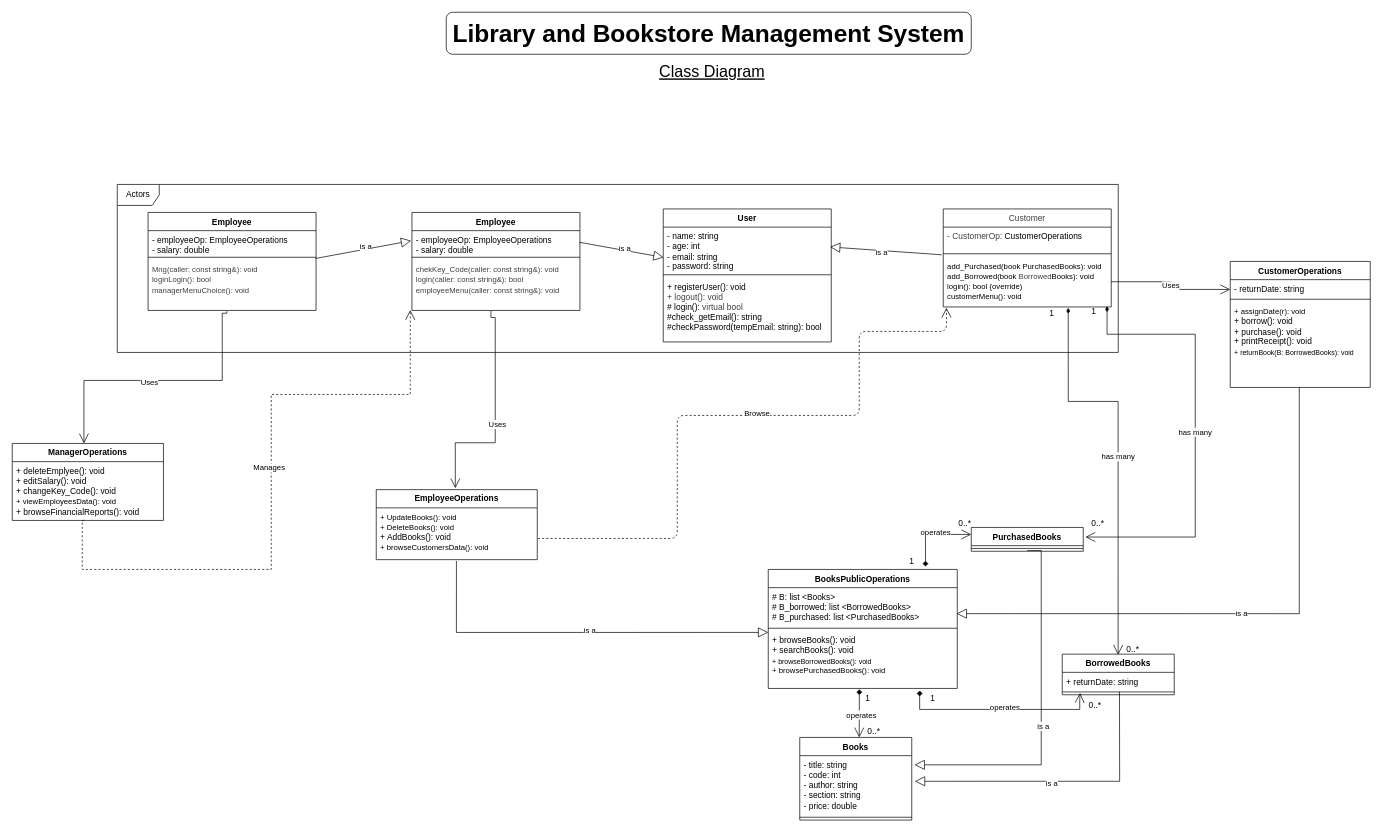
This is assets/UML (LBMS)5.drawio from Reda-Alqatifi/SWE-Project, a draw.io file, before an edit. Source tidied: cells renumbered, new cells numbered last; positions are measured from the earlier drawing's top-left corner, leaving out a move shared by most shapes. Both pictures are drawn from the tidied source at 70%, with x=0, y=0 at pixel (12, 12).
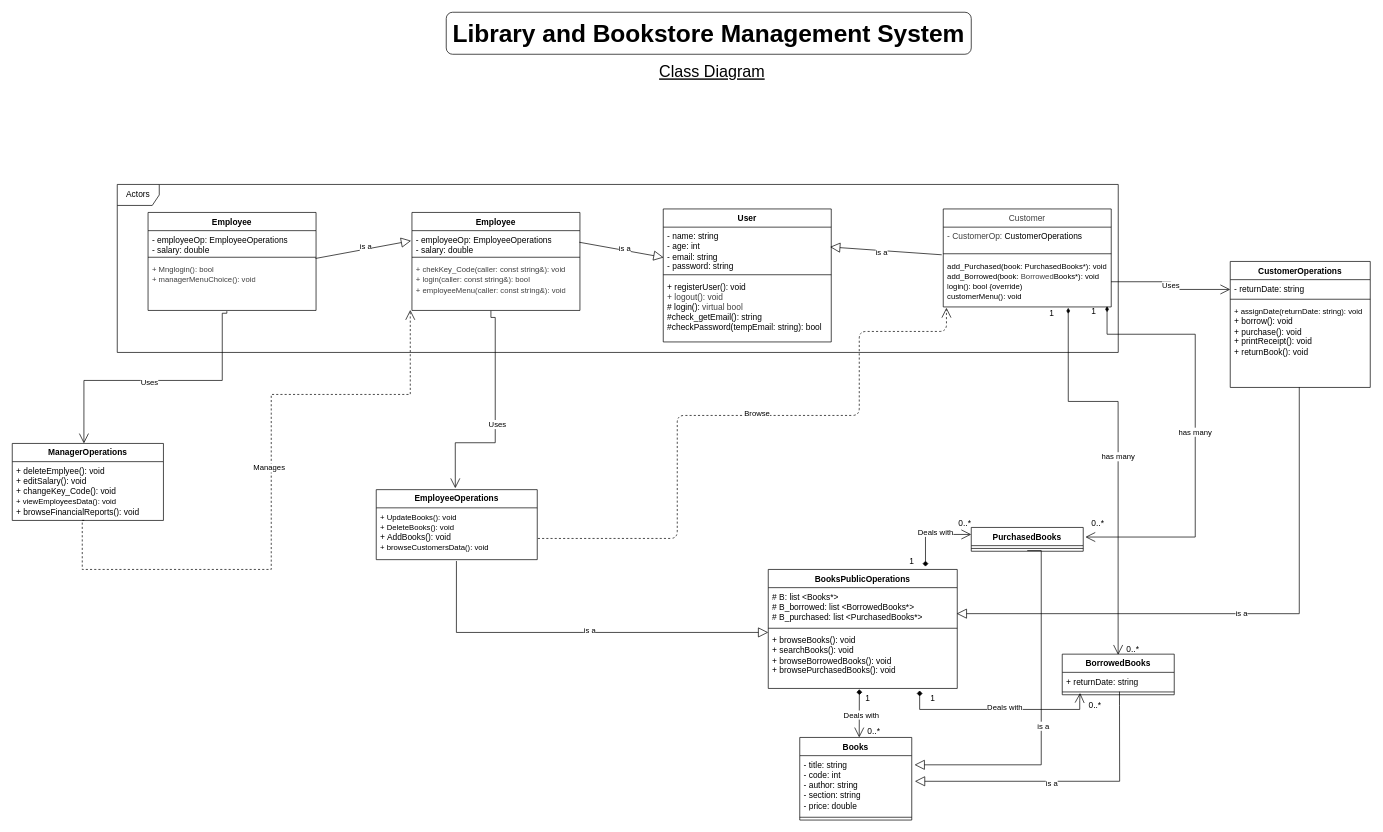
Above is the later version.

Commit message (it also covers changes not shown here):
Here I done of my parts and I made the structure of the code

Unchanged cells that the change refers to:
```xml
<mxCell id="8" value="Employee" style="swimlane;fontStyle=1;align=center;verticalAlign=top;horizontal=1;startSize=26;whiteSpace=wrap;html=1;" parent="1" vertex="1">
  <mxGeometry x="571" y="286" width="240" height="140" as="geometry" />
</mxCell>
<mxCell id="22" value="PurchasedBooks" style="swimlane;fontStyle=1;align=center;verticalAlign=top;horizontal=1;startSize=26;whiteSpace=wrap;html=1;" parent="1" vertex="1">
  <mxGeometry x="1370" y="736" width="160" height="34" as="geometry" />
</mxCell>
<mxCell id="26" style="line;strokeWidth=1;fillColor=none;align=left;verticalAlign=middle;spacingTop=-1;spacingLeft=3;spacingRight=3;labelPosition=right;points=[];portConstraint=eastwest;strokeColor=inherit;" parent="24" vertex="1">
  <mxGeometry y="50" width="160" height="8" as="geometry" />
</mxCell>
<mxCell id="33" value="CustomerOperations" style="swimlane;fontStyle=1;align=center;verticalAlign=top;horizontal=1;startSize=26;whiteSpace=wrap;html=1;" parent="1" vertex="1">
  <mxGeometry x="1740" y="356" width="200" height="180" as="geometry" />
</mxCell>
<mxCell id="40" value="Books" style="swimlane;fontStyle=1;align=center;verticalAlign=top;horizontal=1;startSize=26;whiteSpace=wrap;html=1;" parent="1" vertex="1">
  <mxGeometry x="1125" y="1036" width="160" height="118" as="geometry" />
</mxCell>
<mxCell id="43" value="BooksPublicOperations" style="swimlane;fontStyle=1;align=center;verticalAlign=top;horizontal=1;startSize=26;whiteSpace=wrap;html=1;" parent="1" vertex="1">
  <mxGeometry x="1080" y="796" width="270" height="170" as="geometry" />
</mxCell>
<mxCell id="60" value="&lt;span style=&quot;color: rgb(63, 63, 63); font-weight: 400;&quot;&gt;Customer&lt;/span&gt;" style="swimlane;fontStyle=1;align=center;verticalAlign=top;horizontal=1;startSize=26;whiteSpace=wrap;html=1;" parent="1" vertex="1">
  <mxGeometry x="1330" y="281" width="240" height="140" as="geometry" />
</mxCell>
<mxCell id="64" value="Employee" style="swimlane;fontStyle=1;align=center;verticalAlign=top;horizontal=1;startSize=26;whiteSpace=wrap;html=1;" parent="1" vertex="1">
  <mxGeometry x="194" y="286" width="240" height="140" as="geometry" />
</mxCell>
```

The edit, as a diff of the source:
```diff
@@
-    <mxCell id="11" value="&lt;div style=&quot;color: rgb(63, 63, 63); scrollbar-color: rgb(226, 226, 226) rgb(251, 251, 251);&quot;&gt;&lt;font style=&quot;color: rgb(63, 63, 63); scrollbar-color: rgb(226, 226, 226) rgb(251, 251, 251); font-size: 11px;&quot;&gt;chekKey_Code(caller: const string&amp;amp;): void&lt;/font&gt;&lt;/div&gt;&lt;div style=&quot;color: rgb(63, 63, 63); scrollbar-color: rgb(226, 226, 226) rgb(251, 251, 251);&quot;&gt;&lt;font style=&quot;color: rgb(63, 63, 63); scrollbar-color: rgb(226, 226, 226) rgb(251, 251, 251); font-size: 11px;&quot;&gt;login(&lt;/font&gt;&lt;span style=&quot;color: rgb(63, 63, 63); font-size: 11px; background-color: transparent;&quot;&gt;caller: const string&amp;amp;&lt;/span&gt;&lt;span style=&quot;font-size: 11px; background-color: transparent;&quot;&gt;): bool&lt;/span&gt;&lt;/div&gt;&lt;div style=&quot;color: rgb(63, 63, 63); scrollbar-color: rgb(226, 226, 226) rgb(251, 251, 251);&quot;&gt;&lt;font style=&quot;color: rgb(63, 63, 63); scrollbar-color: rgb(226, 226, 226) rgb(251, 251, 251); font-size: 11px;&quot;&gt;employeeMenu(&lt;/font&gt;&lt;span style=&quot;color: rgb(63, 63, 63); font-size: 11px; background-color: transparent;&quot;&gt;caller: const string&amp;amp;&lt;/span&gt;&lt;span style=&quot;font-size: 11px; background-color: transparent;&quot;&gt;): void&lt;/span&gt;&lt;/div&gt;" style="text;strokeColor=none;fillColor=none;align=left;verticalAlign=top;spacingLeft=4;spacingRight=4;overflow=hidden;points=[[0,0.5],[1,0.5]];portConstraint=eastwest;whiteSpace=wrap;html=1;" parent="8" vertex="1">
+    <mxCell id="11" value="&lt;div style=&quot;color: rgb(63, 63, 63); scrollbar-color: rgb(226, 226, 226) rgb(251, 251, 251);&quot;&gt;&lt;font style=&quot;color: rgb(63, 63, 63); scrollbar-color: rgb(226, 226, 226) rgb(251, 251, 251); font-size: 11px;&quot;&gt;+ chekKey_Code(caller: const string&amp;amp;): void&lt;/font&gt;&lt;/div&gt;&lt;div style=&quot;color: rgb(63, 63, 63); scrollbar-color: rgb(226, 226, 226) rgb(251, 251, 251);&quot;&gt;&lt;font style=&quot;color: rgb(63, 63, 63); scrollbar-color: rgb(226, 226, 226) rgb(251, 251, 251); font-size: 11px;&quot;&gt;+ login(&lt;/font&gt;&lt;span style=&quot;color: rgb(63, 63, 63); font-size: 11px; background-color: transparent;&quot;&gt;caller: const string&amp;amp;&lt;/span&gt;&lt;span style=&quot;font-size: 11px; background-color: transparent;&quot;&gt;): bool&lt;/span&gt;&lt;/div&gt;&lt;div style=&quot;color: rgb(63, 63, 63); scrollbar-color: rgb(226, 226, 226) rgb(251, 251, 251);&quot;&gt;&lt;font style=&quot;color: rgb(63, 63, 63); scrollbar-color: rgb(226, 226, 226) rgb(251, 251, 251); font-size: 11px;&quot;&gt;+ employeeMenu(&lt;/font&gt;&lt;span style=&quot;color: rgb(63, 63, 63); font-size: 11px; background-color: transparent;&quot;&gt;caller: const string&amp;amp;&lt;/span&gt;&lt;span style=&quot;font-size: 11px; background-color: transparent;&quot;&gt;): void&lt;/span&gt;&lt;/div&gt;" style="text;strokeColor=none;fillColor=none;align=left;verticalAlign=top;spacingLeft=4;spacingRight=4;overflow=hidden;points=[[0,0.5],[1,0.5]];portConstraint=eastwest;whiteSpace=wrap;html=1;" parent="8" vertex="1">
       <mxGeometry y="68" width="240" height="72" as="geometry" />
     </mxCell>
@@
-    <mxCell id="36" value="&lt;font style=&quot;font-size: 11px;&quot;&gt;+ assignDate(r): void&lt;/font&gt;&lt;div&gt;+ borrow(&lt;span style=&quot;background-color: transparent; color: light-dark(rgb(0, 0, 0), rgb(255, 255, 255));&quot;&gt;): void&lt;/span&gt;&lt;/div&gt;&lt;div&gt;+ purchase(): void&lt;div&gt;+ printReceipt(): void&lt;/div&gt;&lt;/div&gt;&lt;div&gt;&lt;font style=&quot;font-size: 10px;&quot;&gt;+ returnBook(B:&amp;nbsp;BorrowedBooks): void&lt;/font&gt;&lt;/div&gt;" style="text;strokeColor=none;fillColor=none;align=left;verticalAlign=top;spacingLeft=4;spacingRight=4;overflow=hidden;points=[[0,0.5],[1,0.5]];portConstraint=eastwest;whiteSpace=wrap;html=1;" parent="33" vertex="1">
+    <mxCell id="36" value="&lt;font style=&quot;font-size: 11px;&quot;&gt;+ assignDate(returnDate: string): void&lt;/font&gt;&lt;div&gt;+ borrow(&lt;span style=&quot;background-color: transparent; color: light-dark(rgb(0, 0, 0), rgb(255, 255, 255));&quot;&gt;): void&lt;/span&gt;&lt;/div&gt;&lt;div&gt;+ purchase(): void&lt;div&gt;+ printReceipt(): void&lt;/div&gt;&lt;/div&gt;&lt;div&gt;&lt;font&gt;+ returnBook(): void&lt;/font&gt;&lt;/div&gt;" style="text;strokeColor=none;fillColor=none;align=left;verticalAlign=top;spacingLeft=4;spacingRight=4;overflow=hidden;points=[[0,0.5],[1,0.5]];portConstraint=eastwest;whiteSpace=wrap;html=1;" parent="33" vertex="1">
       <mxGeometry y="58" width="200" height="122" as="geometry" />
     </mxCell>
@@
-    <mxCell id="44" value="# B: list &amp;lt;Books&amp;gt;&lt;div&gt;# B_borrowed: list &amp;lt;&lt;span style=&quot;text-align: center;&quot;&gt;BorrowedBooks&lt;/span&gt;&amp;gt;&lt;/div&gt;&lt;div&gt;# B_purchased: list &amp;lt;&lt;span style=&quot;text-align: center;&quot;&gt;PurchasedBooks&lt;/span&gt;&amp;gt;&lt;/div&gt;" style="text;strokeColor=none;fillColor=none;align=left;verticalAlign=top;spacingLeft=4;spacingRight=4;overflow=hidden;points=[[0,0.5],[1,0.5]];portConstraint=eastwest;whiteSpace=wrap;html=1;" parent="43" vertex="1">
+    <mxCell id="44" value="# B: list &amp;lt;Books*&amp;gt;&lt;div&gt;# B_borrowed: list &amp;lt;&lt;span style=&quot;text-align: center;&quot;&gt;BorrowedBooks*&lt;/span&gt;&amp;gt;&lt;/div&gt;&lt;div&gt;# B_purchased: list &amp;lt;&lt;span style=&quot;text-align: center;&quot;&gt;PurchasedBooks*&lt;/span&gt;&amp;gt;&lt;/div&gt;" style="text;strokeColor=none;fillColor=none;align=left;verticalAlign=top;spacingLeft=4;spacingRight=4;overflow=hidden;points=[[0,0.5],[1,0.5]];portConstraint=eastwest;whiteSpace=wrap;html=1;" parent="43" vertex="1">
       <mxGeometry y="26" width="270" height="54" as="geometry" />
     </mxCell>
@@
-    <mxCell id="46" value="+ browseBooks(): void&lt;div&gt;+ searchBooks(): void&lt;/div&gt;&lt;div&gt;&lt;div&gt;&lt;font style=&quot;font-size: 10px;&quot;&gt;+ browseBorrowedBooks(&lt;span style=&quot;background-color: transparent; color: light-dark(rgb(0, 0, 0), rgb(255, 255, 255));&quot;&gt;): void&lt;/span&gt;&lt;/font&gt;&lt;/div&gt;&lt;/div&gt;&lt;div&gt;&lt;font style=&quot;font-size: 10px;&quot;&gt;&lt;span style=&quot;font-size: 11px;&quot;&gt;+ browsePurchasedBooks(&lt;/span&gt;&lt;span style=&quot;font-size: 11px; text-align: center;&quot;&gt;)&lt;/span&gt;&lt;span style=&quot;font-size: 11px;&quot;&gt;: void&lt;/span&gt;&lt;span style=&quot;background-color: transparent; color: light-dark(rgb(0, 0, 0), rgb(255, 255, 255));&quot;&gt;&lt;/span&gt;&lt;/font&gt;&lt;/div&gt;" style="text;strokeColor=none;fillColor=none;align=left;verticalAlign=top;spacingLeft=4;spacingRight=4;overflow=hidden;points=[[0,0.5],[1,0.5]];portConstraint=eastwest;whiteSpace=wrap;html=1;" parent="43" vertex="1">
+    <mxCell id="46" value="+ browseBooks(): void&lt;div&gt;+ searchBooks(): void&lt;/div&gt;&lt;div&gt;&lt;div&gt;&lt;font&gt;+ browseBorrowedBooks(&lt;span style=&quot;background-color: transparent; color: light-dark(rgb(0, 0, 0), rgb(255, 255, 255));&quot;&gt;): void&lt;/span&gt;&lt;/font&gt;&lt;/div&gt;&lt;/div&gt;&lt;div&gt;&lt;font style=&quot;&quot;&gt;&lt;font&gt;+ browsePurchasedBooks(&lt;span style=&quot;text-align: center;&quot;&gt;)&lt;/span&gt;: void&lt;/font&gt;&lt;font color=&quot;rgba(0, 0, 0, 0)&quot;&gt;&lt;span style=&quot;background-color: transparent; color: light-dark(rgb(0, 0, 0), rgb(255, 255, 255)); font-size: 10px;&quot;&gt;&lt;/span&gt;&lt;/font&gt;&lt;/font&gt;&lt;/div&gt;" style="text;strokeColor=none;fillColor=none;align=left;verticalAlign=top;spacingLeft=4;spacingRight=4;overflow=hidden;points=[[0,0.5],[1,0.5]];portConstraint=eastwest;whiteSpace=wrap;html=1;" parent="43" vertex="1">
       <mxGeometry y="88" width="270" height="82" as="geometry" />
     </mxCell>
-    <mxCell id="47" value="operates" style="endArrow=open;endSize=12;html=1;rounded=0;exitX=0.482;exitY=1.014;exitDx=0;exitDy=0;exitPerimeter=0;endFill=0;entryX=0.531;entryY=0;entryDx=0;entryDy=0;entryPerimeter=0;startArrow=diamond;startFill=1;" parent="1" edge="1" source="46" target="40">
+    <mxCell id="47" value="Deals with" style="endArrow=open;endSize=12;html=1;rounded=0;exitX=0.482;exitY=1.014;exitDx=0;exitDy=0;exitPerimeter=0;endFill=0;entryX=0.531;entryY=0;entryDx=0;entryDy=0;entryPerimeter=0;startArrow=diamond;startFill=1;" parent="1" edge="1" source="46" target="40">
       <mxGeometry x="0.07" y="3" relative="1" as="geometry" />
     </mxCell>
@@
-    <mxCell id="50" value="operates" style="endArrow=open;endSize=12;html=1;rounded=0;exitX=0.832;exitY=-0.024;exitDx=0;exitDy=0;exitPerimeter=0;endFill=0;entryX=0;entryY=0.294;entryDx=0;entryDy=0;entryPerimeter=0;startArrow=diamond;startFill=1;edgeStyle=orthogonalEdgeStyle;" parent="1" edge="1" source="43" target="22">
+    <mxCell id="50" value="&lt;span style=&quot;color: rgb(0, 0, 0);&quot;&gt;Deals with&lt;/span&gt;" style="endArrow=open;endSize=12;html=1;rounded=0;exitX=0.832;exitY=-0.024;exitDx=0;exitDy=0;exitPerimeter=0;endFill=0;entryX=0;entryY=0.294;entryDx=0;entryDy=0;entryPerimeter=0;startArrow=diamond;startFill=1;edgeStyle=orthogonalEdgeStyle;" parent="1" edge="1" source="43" target="22">
       <mxGeometry x="0.07" y="3" relative="1" as="geometry">
         <Array as="points">
           <mxPoint x="1305" y="746" />
         </Array>
       </mxGeometry>
     </mxCell>
@@
-    <mxCell id="53" value="operates" style="endArrow=open;endSize=12;html=1;rounded=0;exitX=0.801;exitY=1.036;exitDx=0;exitDy=0;exitPerimeter=0;endFill=0;entryX=0.159;entryY=0.681;entryDx=0;entryDy=0;entryPerimeter=0;startArrow=diamond;startFill=1;edgeStyle=orthogonalEdgeStyle;" parent="1" edge="1" source="46" target="26">
+    <mxCell id="53" value="&lt;span style=&quot;color: rgb(0, 0, 0);&quot;&gt;Deals with&lt;/span&gt;" style="endArrow=open;endSize=12;html=1;rounded=0;exitX=0.801;exitY=1.036;exitDx=0;exitDy=0;exitPerimeter=0;endFill=0;entryX=0.159;entryY=0.681;entryDx=0;entryDy=0;entryPerimeter=0;startArrow=diamond;startFill=1;edgeStyle=orthogonalEdgeStyle;" parent="1" edge="1" source="46" target="26">
       <mxGeometry x="0.07" y="3" relative="1" as="geometry">
         <Array as="points">
           <mxPoint x="1296" y="996" />
           <mxPoint x="1525" y="996" />
           <mxPoint x="1525" y="983" />
         </Array>
       </mxGeometry>
     </mxCell>
@@
-    <mxCell id="63" value="&lt;div&gt;&lt;font style=&quot;font-size: 11px;&quot;&gt;add_Purchased(book PurchasedBooks): void&lt;/font&gt;&lt;/div&gt;&lt;div&gt;&lt;font style=&quot;font-size: 11px;&quot;&gt;add_Borrowed(book&amp;nbsp;&lt;span style=&quot;color: rgb(63, 63, 63);&quot;&gt;Borrowed&lt;/span&gt;Books): void&lt;br&gt;login(): bool {override)&lt;/font&gt;&lt;/div&gt;&lt;div&gt;&lt;font style=&quot;font-size: 11px;&quot;&gt;customerMenu(): void&lt;/font&gt;&lt;/div&gt;" style="text;strokeColor=none;fillColor=none;align=left;verticalAlign=top;spacingLeft=4;spacingRight=4;overflow=hidden;points=[[0,0.5],[1,0.5]];portConstraint=eastwest;whiteSpace=wrap;html=1;" parent="60" vertex="1">
+    <mxCell id="63" value="&lt;div&gt;&lt;font style=&quot;font-size: 11px;&quot;&gt;add_Purchased(book: PurchasedBooks*): void&lt;/font&gt;&lt;/div&gt;&lt;div&gt;&lt;font style=&quot;font-size: 11px;&quot;&gt;add_Borrowed(book:&amp;nbsp;&lt;span style=&quot;color: rgb(63, 63, 63);&quot;&gt;Borrowed&lt;/span&gt;Books*): void&lt;br&gt;login(): bool {override)&lt;/font&gt;&lt;/div&gt;&lt;div&gt;&lt;font style=&quot;font-size: 11px;&quot;&gt;customerMenu(): void&lt;/font&gt;&lt;/div&gt;" style="text;strokeColor=none;fillColor=none;align=left;verticalAlign=top;spacingLeft=4;spacingRight=4;overflow=hidden;points=[[0,0.5],[1,0.5]];portConstraint=eastwest;whiteSpace=wrap;html=1;" parent="60" vertex="1">
       <mxGeometry y="68" width="240" height="72" as="geometry" />
     </mxCell>
@@
-    <mxCell id="67" value="&lt;div style=&quot;color: rgb(63, 63, 63); scrollbar-color: rgb(226, 226, 226) rgb(251, 251, 251);&quot;&gt;&lt;font style=&quot;color: rgb(63, 63, 63); scrollbar-color: rgb(226, 226, 226) rgb(251, 251, 251); font-size: 11px;&quot;&gt;Mng(caller: const string&amp;amp;): void&lt;/font&gt;&lt;/div&gt;&lt;div style=&quot;color: rgb(63, 63, 63); scrollbar-color: rgb(226, 226, 226) rgb(251, 251, 251);&quot;&gt;&lt;font style=&quot;color: rgb(63, 63, 63); scrollbar-color: rgb(226, 226, 226) rgb(251, 251, 251); font-size: 11px;&quot;&gt;loginLogin(&lt;/font&gt;&lt;span style=&quot;font-size: 11px; background-color: transparent;&quot;&gt;): bool&lt;/span&gt;&lt;/div&gt;&lt;div style=&quot;color: rgb(63, 63, 63); scrollbar-color: rgb(226, 226, 226) rgb(251, 251, 251);&quot;&gt;&lt;font style=&quot;color: rgb(63, 63, 63); scrollbar-color: rgb(226, 226, 226) rgb(251, 251, 251); font-size: 11px;&quot;&gt;managerMenuChoice(&lt;/font&gt;&lt;span style=&quot;font-size: 11px; background-color: transparent;&quot;&gt;): void&lt;/span&gt;&lt;/div&gt;" style="text;strokeColor=none;fillColor=none;align=left;verticalAlign=top;spacingLeft=4;spacingRight=4;overflow=hidden;points=[[0,0.5],[1,0.5]];portConstraint=eastwest;whiteSpace=wrap;html=1;" parent="64" vertex="1">
+    <mxCell id="67" value="&lt;div style=&quot;color: rgb(63, 63, 63); scrollbar-color: rgb(226, 226, 226) rgb(251, 251, 251);&quot;&gt;&lt;font style=&quot;background-color: transparent; scrollbar-color: rgb(226, 226, 226) rgb(251, 251, 251); font-size: 11px; color: rgb(63, 63, 63);&quot;&gt;+ Mnglogin(&lt;/font&gt;&lt;span style=&quot;background-color: transparent; font-size: 11px;&quot;&gt;): bool&lt;/span&gt;&lt;/div&gt;&lt;div style=&quot;color: rgb(63, 63, 63); scrollbar-color: rgb(226, 226, 226) rgb(251, 251, 251);&quot;&gt;&lt;font style=&quot;color: rgb(63, 63, 63); scrollbar-color: rgb(226, 226, 226) rgb(251, 251, 251); font-size: 11px;&quot;&gt;+ managerMenuChoice(&lt;/font&gt;&lt;span style=&quot;font-size: 11px; background-color: transparent;&quot;&gt;): void&lt;/span&gt;&lt;/div&gt;" style="text;strokeColor=none;fillColor=none;align=left;verticalAlign=top;spacingLeft=4;spacingRight=4;overflow=hidden;points=[[0,0.5],[1,0.5]];portConstraint=eastwest;whiteSpace=wrap;html=1;" parent="64" vertex="1">
       <mxGeometry y="68" width="240" height="72" as="geometry" />
     </mxCell>
```
